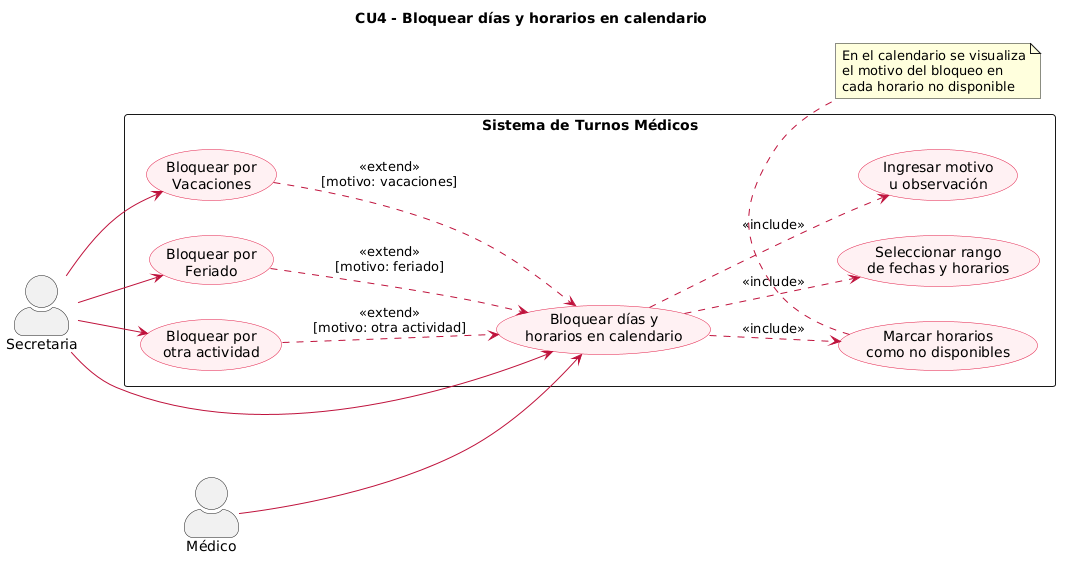
angelgc9107-lgtm/SistemaTurnosMedicos_GP6 keeps this PlantUML diagram as diagramas/02-casos-de-uso/02-bloquear-horarios-04.png. Above is the earlier version.
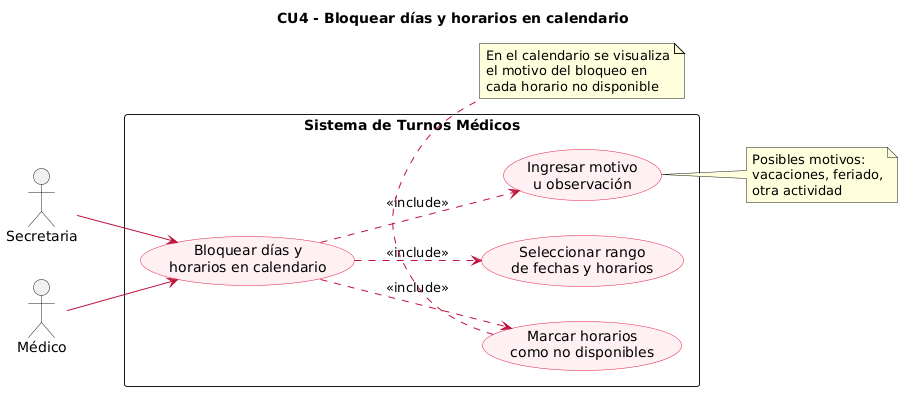
Later version of the same file.

Diff of the diagram source:
```diff
@@ -1,6 +1,5 @@
 @startuml
 left to right direction
-skinparam actorStyle awesome
 skinparam packageStyle rectangle
 skinparam usecase {
     BackgroundColor #FFF1F2
@@ -21,25 +20,20 @@
     usecase "Ingresar motivo\nu observación" as CU4_2
     usecase "Marcar horarios\ncomo no disponibles" as CU4_3
 
-    usecase "Bloquear por\nVacaciones" as CU4_EXT1
-    usecase "Bloquear por\nFeriado" as CU4_EXT2
-    usecase "Bloquear por\notra actividad" as CU4_EXT3
-
     CU4 ..> CU4_1       : <<include>>
     CU4 ..> CU4_2       : <<include>>
     CU4 ..> CU4_3       : <<include>>
-
-    CU4_EXT1 ..> CU4    : <<extend>>\n[motivo: vacaciones]
-    CU4_EXT2 ..> CU4    : <<extend>>\n[motivo: feriado]
-    CU4_EXT3 ..> CU4    : <<extend>>\n[motivo: otra actividad]
 
 }
 
 MED --> CU4
 SEC --> CU4
-SEC --> CU4_EXT1
-SEC --> CU4_EXT2
-SEC --> CU4_EXT3
+
+note right of CU4_2
+  Posibles motivos:
+  vacaciones, feriado,
+  otra actividad
+end note
 
 note bottom of CU4_3
   En el calendario se visualiza
```
